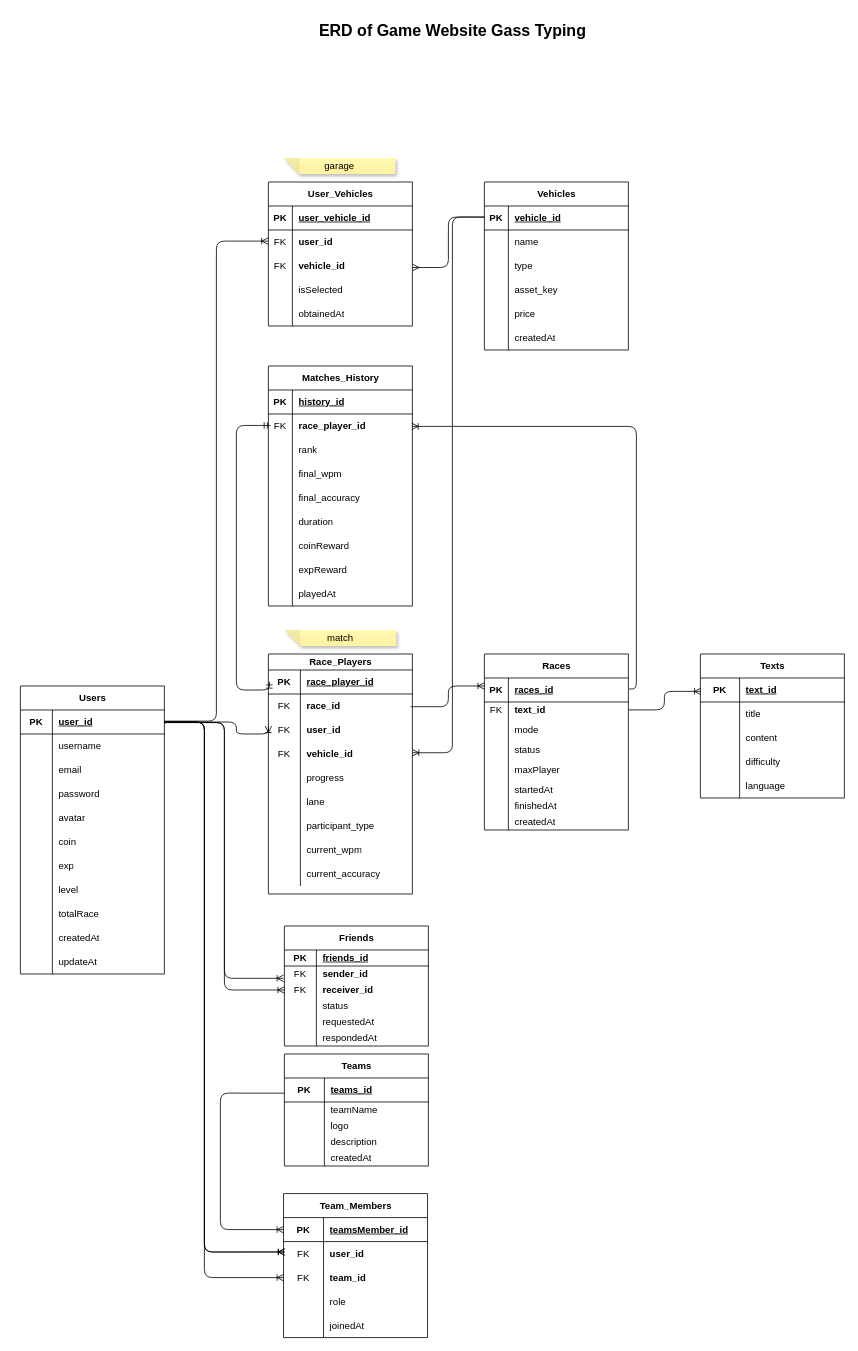
Earlier version of the draw.io diagram page "ERD" (1 of 5) of docs/ERD.drawio (pappusBuild/typing-race). Source tidied: cells renumbered, new cells numbered last; positions are measured from the earlier drawing's top-left corner, leaving out a move shared by most shapes. Both pictures are drawn from the tidied source at 80%, with x=0, y=0 at pixel (20, 14).
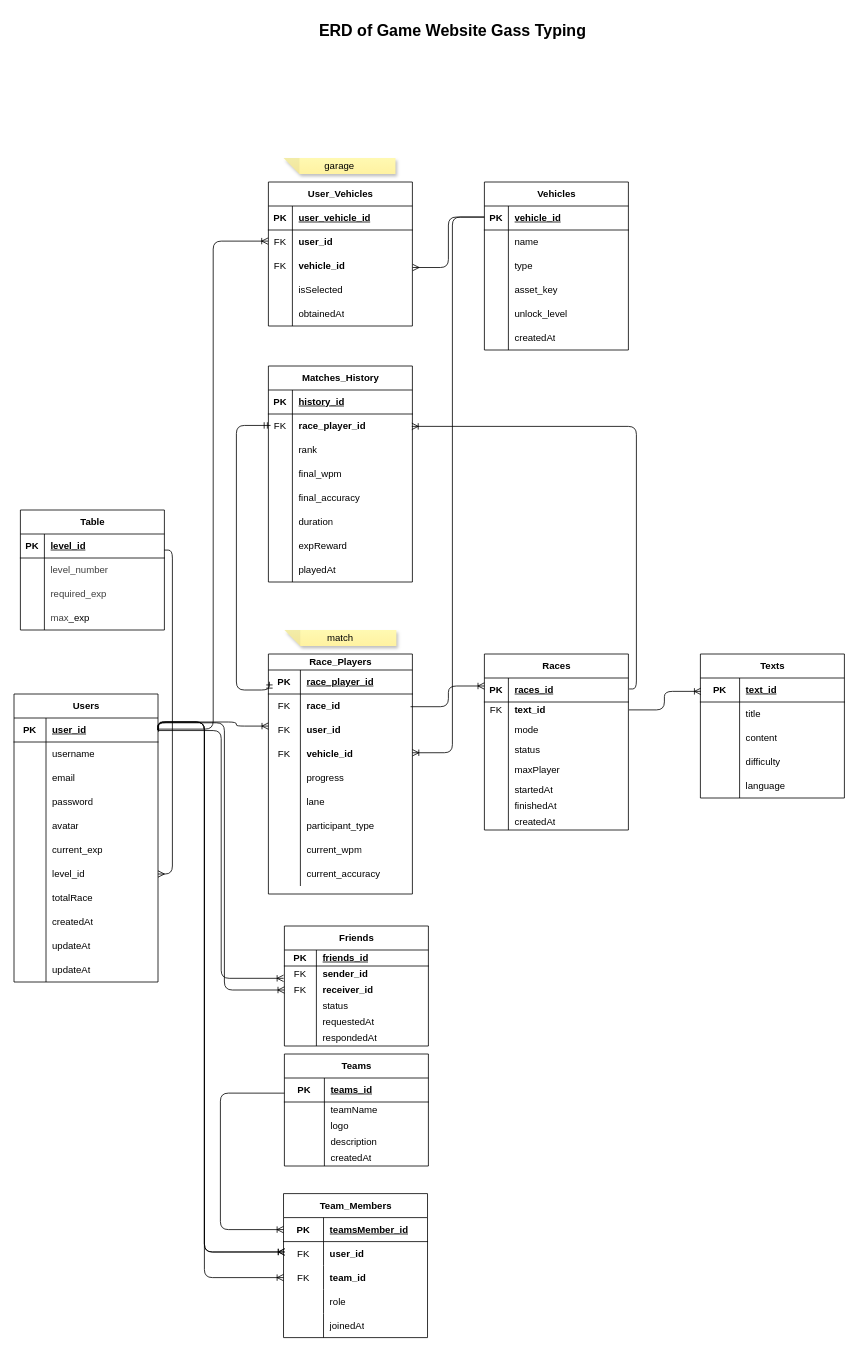
Above is the later version.

Unchanged cells that the change refers to:
```xml
<mxCell id="209" style="shape=tableRow;horizontal=0;startSize=0;swimlaneHead=0;swimlaneBody=0;fillColor=none;top=0;left=0;right=0;bottom=0;" parent="196" vertex="1">
  <mxGeometry y="150" width="180" height="30" as="geometry" />
</mxCell>
```

What changed in the source:
```diff
@@
     <mxCell id="2" value="Users" style="shape=table;startSize=30;childLayout=tableLayout;rowLines=0;fontStyle=1;align=center;html=1;" parent="1" vertex="1">
-      <mxGeometry y="840" width="180" height="360" as="geometry" />
+      <mxGeometry x="-8" y="850" width="180" height="360" as="geometry" />
     </mxCell>
@@
-    <mxCell id="18" style="shape=tableRow;horizontal=0;startSize=0;swimlaneHead=0;swimlaneBody=0;fillColor=none;top=0;left=0;right=0;bottom=0;" parent="2" vertex="1">
-      <mxGeometry y="180" width="180" height="30" as="geometry" />
-    </mxCell>
-    <mxCell id="19" style="shape=partialRectangle;fillColor=none;top=0;left=0;bottom=0;right=0;overflow=hidden;whiteSpace=wrap;html=1;" parent="18" vertex="1">
-      <mxGeometry width="40" height="30" as="geometry" />
-    </mxCell>
-    <mxCell id="20" value="coin" style="shape=partialRectangle;fillColor=none;top=0;left=0;bottom=0;right=0;align=left;spacingLeft=6;overflow=hidden;whiteSpace=wrap;html=1;" parent="18" vertex="1">
-      <mxGeometry x="40" width="140" height="30" as="geometry" />
-    </mxCell>
     <mxCell id="21" style="shape=tableRow;horizontal=0;startSize=0;swimlaneHead=0;swimlaneBody=0;fillColor=none;top=0;left=0;right=0;bottom=0;" parent="2" vertex="1">
-      <mxGeometry y="210" width="180" height="30" as="geometry" />
+      <mxGeometry y="180" width="180" height="30" as="geometry" />
     </mxCell>
@@
-    <mxCell id="23" value="exp" style="shape=partialRectangle;fillColor=none;top=0;left=0;bottom=0;right=0;align=left;spacingLeft=6;overflow=hidden;whiteSpace=wrap;html=1;" parent="21" vertex="1">
+    <mxCell id="23" value="current_exp" style="shape=partialRectangle;fillColor=none;top=0;left=0;bottom=0;right=0;align=left;spacingLeft=6;overflow=hidden;whiteSpace=wrap;html=1;" parent="21" vertex="1">
       <mxGeometry x="40" width="140" height="30" as="geometry" />
     </mxCell>
     <mxCell id="24" style="shape=tableRow;horizontal=0;startSize=0;swimlaneHead=0;swimlaneBody=0;fillColor=none;points=[[0,0.5],[1,0.5]];portConstraint=eastwest;top=0;left=0;right=0;bottom=0;" parent="2" vertex="1">
-      <mxGeometry y="240" width="180" height="30" as="geometry" />
+      <mxGeometry y="210" width="180" height="30" as="geometry" />
     </mxCell>
@@
-    <mxCell id="26" value="level" style="shape=partialRectangle;fillColor=none;top=0;left=0;bottom=0;right=0;align=left;spacingLeft=6;overflow=hidden;whiteSpace=wrap;html=1;" parent="24" vertex="1">
+    <mxCell id="26" value="level_id" style="shape=partialRectangle;fillColor=none;top=0;left=0;bottom=0;right=0;align=left;spacingLeft=6;overflow=hidden;whiteSpace=wrap;html=1;" parent="24" vertex="1">
       <mxGeometry x="40" width="140" height="30" as="geometry" />
     </mxCell>
     <mxCell id="27" style="shape=tableRow;horizontal=0;startSize=0;swimlaneHead=0;swimlaneBody=0;fillColor=none;top=0;left=0;right=0;bottom=0;" parent="2" vertex="1">
-      <mxGeometry y="270" width="180" height="30" as="geometry" />
+      <mxGeometry y="240" width="180" height="30" as="geometry" />
     </mxCell>
@@
     <mxCell id="30" style="shape=tableRow;horizontal=0;startSize=0;swimlaneHead=0;swimlaneBody=0;fillColor=none;top=0;left=0;right=0;bottom=0;" parent="2" vertex="1">
-      <mxGeometry y="300" width="180" height="30" as="geometry" />
+      <mxGeometry y="270" width="180" height="30" as="geometry" />
     </mxCell>
@@
     <mxCell id="33" style="shape=tableRow;horizontal=0;startSize=0;swimlaneHead=0;swimlaneBody=0;fillColor=none;top=0;left=0;right=0;bottom=0;" parent="2" vertex="1">
-      <mxGeometry y="330" width="180" height="30" as="geometry" />
+      <mxGeometry y="300" width="180" height="30" as="geometry" />
     </mxCell>
@@
+    <mxCell id="236" style="shape=tableRow;horizontal=0;startSize=0;swimlaneHead=0;swimlaneBody=0;fillColor=none;top=0;left=0;right=0;bottom=0;" parent="2" vertex="1">
+      <mxGeometry y="330" width="180" height="30" as="geometry" />
+    </mxCell>
+    <mxCell id="19" style="shape=partialRectangle;fillColor=none;top=0;left=0;bottom=0;right=0;overflow=hidden;whiteSpace=wrap;html=1;" parent="236" vertex="1">
+      <mxGeometry width="40" height="30" as="geometry" />
+    </mxCell>
+    <mxCell id="237" value="updateAt" style="shape=partialRectangle;fillColor=none;top=0;left=0;bottom=0;right=0;align=left;spacingLeft=6;overflow=hidden;whiteSpace=wrap;html=1;" parent="236" vertex="1">
+      <mxGeometry x="40" width="140" height="30" as="geometry" />
+    </mxCell>
@@
     <mxCell id="166" value="Matches_History" style="shape=table;startSize=30;childLayout=tableLayout;rowLines=0;fontStyle=1;align=center;html=1;" parent="1" vertex="1">
-      <mxGeometry x="310" y="440" width="180" height="300" as="geometry" />
+      <mxGeometry x="310" y="440" width="180" height="270" as="geometry" />
     </mxCell>
@@
-    <mxCell id="185" style="shape=tableRow;horizontal=0;startSize=0;swimlaneHead=0;swimlaneBody=0;fillColor=none;top=0;left=0;right=0;bottom=0;" parent="166" vertex="1">
-      <mxGeometry y="210" width="180" height="30" as="geometry" />
-    </mxCell>
-    <mxCell id="186" style="shape=partialRectangle;fillColor=none;top=0;left=0;bottom=0;right=0;overflow=hidden;whiteSpace=wrap;html=1;" parent="185" vertex="1">
-      <mxGeometry width="30" height="30" as="geometry" />
-    </mxCell>
-    <mxCell id="187" value="coinReward" style="shape=partialRectangle;fillColor=none;top=0;left=0;bottom=0;right=0;align=left;spacingLeft=6;overflow=hidden;whiteSpace=wrap;html=1;" parent="185" vertex="1">
-      <mxGeometry x="30" width="150" height="30" as="geometry" />
-    </mxCell>
     <mxCell id="188" style="shape=tableRow;horizontal=0;startSize=0;swimlaneHead=0;swimlaneBody=0;fillColor=none;top=0;left=0;right=0;bottom=0;" parent="166" vertex="1">
-      <mxGeometry y="240" width="180" height="30" as="geometry" />
+      <mxGeometry y="210" width="180" height="30" as="geometry" />
     </mxCell>
@@
     <mxCell id="191" style="shape=tableRow;horizontal=0;startSize=0;swimlaneHead=0;swimlaneBody=0;fillColor=none;top=0;left=0;right=0;bottom=0;" parent="166" vertex="1">
-      <mxGeometry y="270" width="180" height="30" as="geometry" />
+      <mxGeometry y="240" width="180" height="30" as="geometry" />
     </mxCell>
@@
-    <mxCell id="211" value="price" style="shape=partialRectangle;fillColor=none;top=0;left=0;bottom=0;right=0;align=left;spacingLeft=6;overflow=hidden;whiteSpace=wrap;html=1;" parent="209" vertex="1">
+    <mxCell id="211" value="unlock_level" style="shape=partialRectangle;fillColor=none;top=0;left=0;bottom=0;right=0;align=left;spacingLeft=6;overflow=hidden;whiteSpace=wrap;html=1;" parent="209" vertex="1">
       <mxGeometry x="30" width="150" height="30" as="geometry" />
     </mxCell>
@@
+    <mxCell id="238" value="Table" style="shape=table;startSize=30;childLayout=tableLayout;rowLines=0;fontStyle=1;align=center;html=1;" parent="1" vertex="1">
+      <mxGeometry y="620" width="180" height="150" as="geometry" />
+    </mxCell>
+    <mxCell id="239" style="shape=tableRow;horizontal=0;startSize=0;swimlaneHead=0;swimlaneBody=0;fillColor=none;points=[[0,0.5],[1,0.5]];portConstraint=eastwest;top=0;left=0;right=0;bottom=1;" parent="238" vertex="1">
+      <mxGeometry y="30" width="180" height="30" as="geometry" />
+    </mxCell>
+    <mxCell id="240" value="PK" style="shape=partialRectangle;fillColor=none;top=0;left=0;bottom=0;right=0;fontStyle=1;overflow=hidden;whiteSpace=wrap;html=1;" parent="239" vertex="1">
+      <mxGeometry width="30" height="30" as="geometry" />
+    </mxCell>
+    <mxCell id="241" value="&lt;span style=&quot;color: rgb(0, 0, 0);&quot;&gt;level_id&lt;/span&gt;" style="shape=partialRectangle;fillColor=none;top=0;left=0;bottom=0;right=0;align=left;spacingLeft=6;fontStyle=5;overflow=hidden;whiteSpace=wrap;html=1;" parent="239" vertex="1">
+      <mxGeometry x="30" width="150" height="30" as="geometry" />
+    </mxCell>
+    <mxCell id="242" style="shape=tableRow;horizontal=0;startSize=0;swimlaneHead=0;swimlaneBody=0;fillColor=none;top=0;left=0;right=0;bottom=0;" parent="238" vertex="1">
+      <mxGeometry y="60" width="180" height="30" as="geometry" />
+    </mxCell>
+    <mxCell id="243" style="shape=partialRectangle;fillColor=none;top=0;left=0;bottom=0;right=0;overflow=hidden;whiteSpace=wrap;html=1;" parent="242" vertex="1">
+      <mxGeometry width="30" height="30" as="geometry" />
+    </mxCell>
+    <mxCell id="244" value="&lt;div&gt;&lt;span style=&quot;color: rgb(63, 63, 63); background-color: transparent;&quot;&gt;level_number&lt;/span&gt;&lt;/div&gt;" style="shape=partialRectangle;fillColor=none;top=0;left=0;bottom=0;right=0;align=left;spacingLeft=6;overflow=hidden;whiteSpace=wrap;html=1;" parent="242" vertex="1">
+      <mxGeometry x="30" width="150" height="30" as="geometry" />
+    </mxCell>
+    <mxCell id="245" style="shape=tableRow;horizontal=0;startSize=0;swimlaneHead=0;swimlaneBody=0;fillColor=none;top=0;left=0;right=0;bottom=0;" parent="238" vertex="1">
+      <mxGeometry y="90" width="180" height="30" as="geometry" />
+    </mxCell>
+    <mxCell id="246" style="shape=partialRectangle;fillColor=none;top=0;left=0;bottom=0;right=0;overflow=hidden;whiteSpace=wrap;html=1;" parent="245" vertex="1">
+      <mxGeometry width="30" height="30" as="geometry" />
+    </mxCell>
+    <mxCell id="247" value="&lt;div&gt;&lt;span style=&quot;background-color: transparent; color: rgb(63, 63, 63);&quot;&gt;required_exp&lt;/span&gt;&lt;/div&gt;" style="shape=partialRectangle;fillColor=none;top=0;left=0;bottom=0;right=0;align=left;spacingLeft=6;overflow=hidden;whiteSpace=wrap;html=1;" parent="245" vertex="1">
+      <mxGeometry x="30" width="150" height="30" as="geometry" />
+    </mxCell>
+    <mxCell id="248" style="shape=tableRow;horizontal=0;startSize=0;swimlaneHead=0;swimlaneBody=0;fillColor=none;top=0;left=0;right=0;bottom=0;" parent="238" vertex="1">
+      <mxGeometry y="120" width="180" height="30" as="geometry" />
+    </mxCell>
+    <mxCell id="249" style="shape=partialRectangle;fillColor=none;top=0;left=0;bottom=0;right=0;overflow=hidden;whiteSpace=wrap;html=1;" parent="248" vertex="1">
+      <mxGeometry width="30" height="30" as="geometry" />
+    </mxCell>
+    <mxCell id="250" value="&lt;div&gt;&lt;span style=&quot;background-color: transparent; color: rgb(63, 63, 63);&quot;&gt;max&lt;/span&gt;&lt;span style=&quot;background-color: transparent;&quot;&gt;_exp&lt;/span&gt;&lt;/div&gt;" style="shape=partialRectangle;fillColor=none;top=0;left=0;bottom=0;right=0;align=left;spacingLeft=6;overflow=hidden;whiteSpace=wrap;html=1;" parent="248" vertex="1">
+      <mxGeometry x="30" width="150" height="30" as="geometry" />
+    </mxCell>
+    <mxCell id="251" style="edgeStyle=orthogonalEdgeStyle;fontSize=12;html=1;endArrow=ERmany;exitX=0.998;exitY=0.67;exitDx=0;exitDy=0;exitPerimeter=0;" parent="1" edge="1" source="239" target="24">
+      <mxGeometry relative="1" as="geometry" />
+    </mxCell>
```
